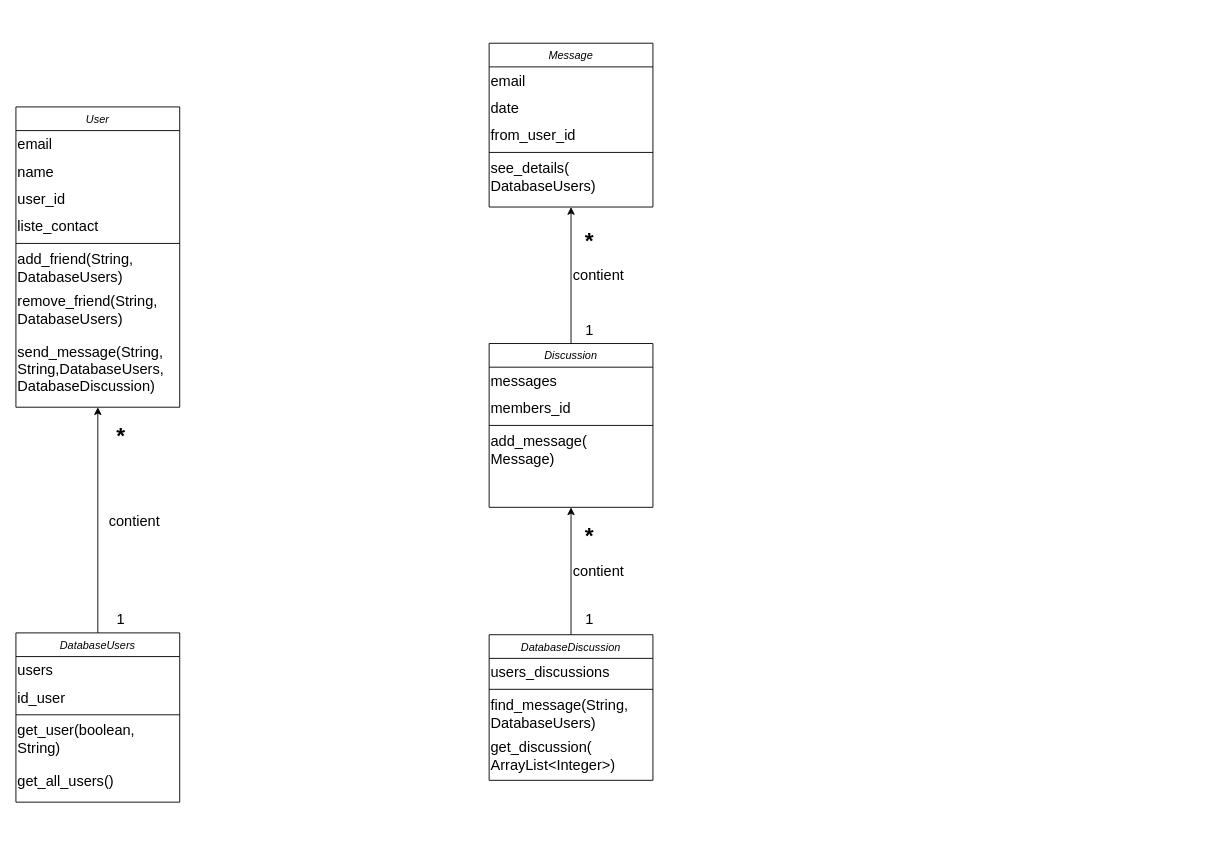
The draw.io diagram class_diagram.drawio in floflopi/Mission2, before the edit. Source tidied: cells renumbered, new cells numbered last; positions are measured from the earlier drawing's top-left corner, leaving out a move shared by most shapes. Both pictures are drawn from the tidied source at 91%, with x=0, y=0 at pixel (15, 43).
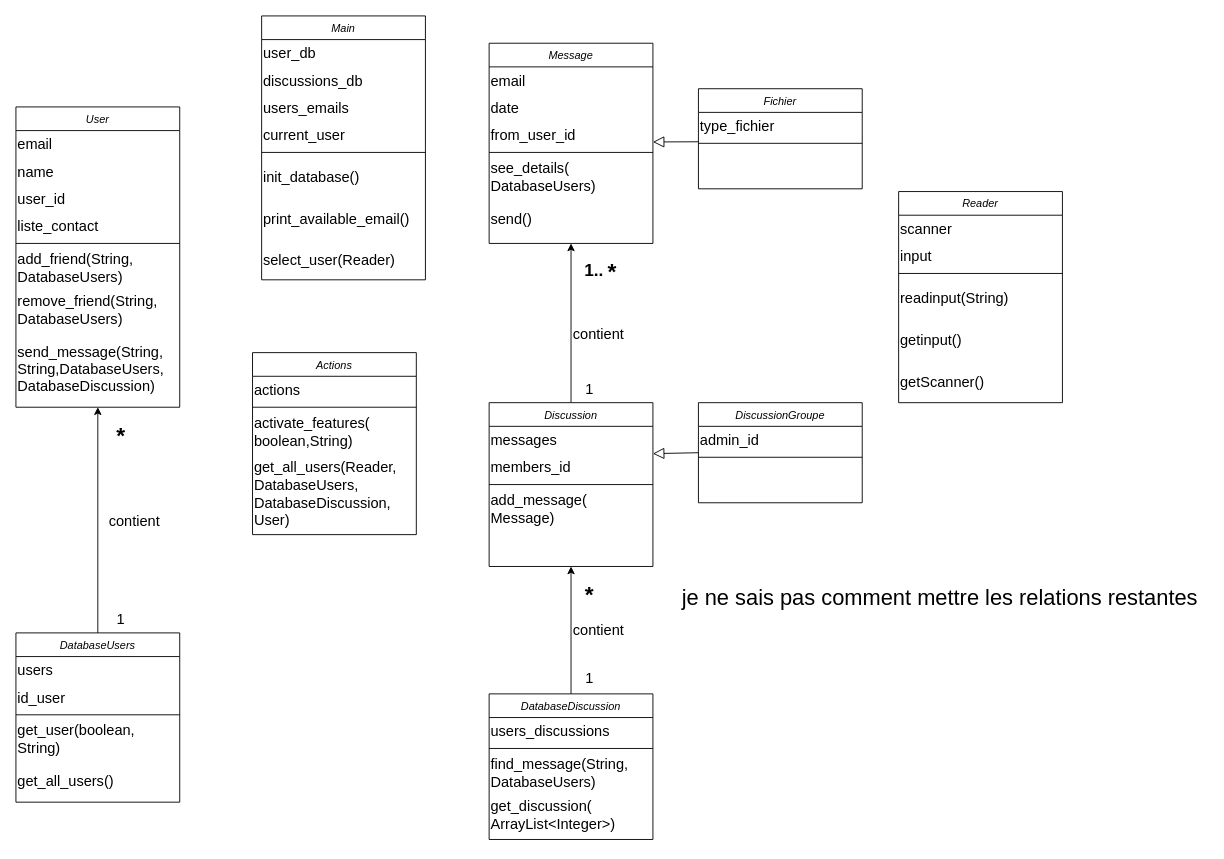
The same diagram, later.

Unchanged cells that the change refers to:
```xml
<mxCell id="14" value="&lt;font style=&quot;font-size: 16px;&quot;&gt;from_user_id&lt;/font&gt;" style="text;html=1;strokeColor=none;fillColor=none;align=left;verticalAlign=middle;whiteSpace=wrap;rounded=0;" parent="11" vertex="1">
  <mxGeometry y="86" width="180" height="30" as="geometry" />
</mxCell>
<mxCell id="20" value="&lt;div style=&quot;font-size: 13px;&quot;&gt;&lt;font style=&quot;font-size: 16px;&quot;&gt;members_id&lt;/font&gt;&lt;/div&gt;" style="text;html=1;strokeColor=none;fillColor=none;align=left;verticalAlign=middle;whiteSpace=wrap;rounded=0;" parent="18" vertex="1">
  <mxGeometry y="56" width="180" height="30" as="geometry" />
</mxCell>
```

Change to the diagram source:
```diff
@@
     <mxCell id="11" value="Message" style="swimlane;fontStyle=2;align=center;verticalAlign=top;horizontal=1;startSize=26;rounded=0;shadow=0;strokeWidth=1;" parent="1" vertex="1">
-      <mxGeometry x="520" width="180" height="180" as="geometry" />
+      <mxGeometry x="520" width="180" height="220" as="geometry" />
     </mxCell>
@@
+    <mxCell id="45" value="&lt;p style=&quot;line-height: 120%;&quot;&gt;&lt;/p&gt;&lt;div style=&quot;font-size: 16px;&quot; align=&quot;left&quot;&gt;&lt;font style=&quot;font-size: 16px;&quot;&gt;send()&lt;/font&gt;&lt;/div&gt;&lt;p&gt;&lt;/p&gt;" style="text;html=1;strokeColor=none;fillColor=none;align=left;verticalAlign=middle;whiteSpace=wrap;rounded=0;" parent="11" vertex="1">
+      <mxGeometry y="170" width="180" height="46" as="geometry" />
+    </mxCell>
@@
     <mxCell id="18" value="Discussion" style="swimlane;fontStyle=2;align=center;verticalAlign=top;horizontal=1;startSize=26;rounded=0;shadow=0;strokeWidth=1;" parent="1" vertex="1">
-      <mxGeometry x="520" y="330" width="180" height="180" as="geometry" />
+      <mxGeometry x="520" y="395" width="180" height="180" as="geometry" />
     </mxCell>
@@
     <mxCell id="23" value="&lt;font style=&quot;font-size: 16px;&quot;&gt;contient&lt;/font&gt;" style="text;html=1;align=center;verticalAlign=middle;strokeColor=none;fillColor=none;" parent="1" vertex="1">
-      <mxGeometry x="600" y="240" width="80" height="30" as="geometry" />
+      <mxGeometry x="600" y="305" width="80" height="30" as="geometry" />
     </mxCell>
     <mxCell id="24" value="&lt;font style=&quot;font-size: 16px;&quot;&gt;1&lt;/font&gt;" style="text;html=1;align=center;verticalAlign=middle;strokeColor=none;fillColor=none;" parent="1" vertex="1">
-      <mxGeometry x="615" y="300" width="30" height="30" as="geometry" />
+      <mxGeometry x="615" y="365" width="30" height="30" as="geometry" />
     </mxCell>
     <mxCell id="25" value="&lt;b&gt;&lt;font style=&quot;font-size: 25px;&quot;&gt;*&lt;/font&gt;&lt;/b&gt;" style="text;html=1;align=center;verticalAlign=middle;strokeColor=none;fillColor=none;" parent="1" vertex="1">
-      <mxGeometry x="615" y="195" width="30" height="40" as="geometry" />
+      <mxGeometry x="640" y="230" width="30" height="40" as="geometry" />
     </mxCell>
@@
     <mxCell id="27" value="DatabaseDiscussion" style="swimlane;fontStyle=2;align=center;verticalAlign=top;horizontal=1;startSize=26;rounded=0;shadow=0;strokeWidth=1;" parent="1" vertex="1">
-      <mxGeometry x="520" y="650" width="180" height="160" as="geometry" />
+      <mxGeometry x="520" y="715" width="180" height="160" as="geometry" />
     </mxCell>
@@
     <mxCell id="32" value="&lt;font style=&quot;font-size: 16px;&quot;&gt;contient&lt;/font&gt;" style="text;html=1;align=center;verticalAlign=middle;strokeColor=none;fillColor=none;" parent="1" vertex="1">
-      <mxGeometry x="600" y="565" width="80" height="30" as="geometry" />
+      <mxGeometry x="600" y="630" width="80" height="30" as="geometry" />
     </mxCell>
     <mxCell id="33" value="&lt;b&gt;&lt;font style=&quot;font-size: 25px;&quot;&gt;*&lt;/font&gt;&lt;/b&gt;" style="text;html=1;align=center;verticalAlign=middle;strokeColor=none;fillColor=none;" parent="1" vertex="1">
-      <mxGeometry x="615" y="520" width="30" height="40" as="geometry" />
+      <mxGeometry x="615" y="585" width="30" height="40" as="geometry" />
     </mxCell>
     <mxCell id="34" value="&lt;font style=&quot;font-size: 16px;&quot;&gt;1&lt;/font&gt;" style="text;html=1;align=center;verticalAlign=middle;strokeColor=none;fillColor=none;" parent="1" vertex="1">
-      <mxGeometry x="615" y="618" width="30" height="30" as="geometry" />
+      <mxGeometry x="615" y="683" width="30" height="30" as="geometry" />
     </mxCell>
@@
+    <mxCell id="46" value="Actions" style="swimlane;fontStyle=2;align=center;verticalAlign=top;horizontal=1;startSize=26;rounded=0;shadow=0;strokeWidth=1;" parent="1" vertex="1">
+      <mxGeometry x="260" y="340" width="180" height="200" as="geometry" />
+    </mxCell>
+    <mxCell id="47" value="&lt;font style=&quot;font-size: 16px;&quot;&gt;actions&lt;/font&gt;" style="text;html=1;strokeColor=none;fillColor=none;align=left;verticalAlign=middle;whiteSpace=wrap;rounded=0;" parent="46" vertex="1">
+      <mxGeometry y="26" width="180" height="30" as="geometry" />
+    </mxCell>
+    <mxCell id="48" style="line;html=1;strokeWidth=1;align=left;verticalAlign=middle;spacingTop=-1;spacingLeft=3;spacingRight=3;labelPosition=right;" parent="46" vertex="1">
+      <mxGeometry y="56" width="180" height="8" as="geometry" />
+    </mxCell>
+    <mxCell id="49" value="&lt;p style=&quot;line-height: 120%;&quot;&gt;&lt;/p&gt;&lt;div style=&quot;font-size: 16px;&quot; align=&quot;left&quot;&gt;&lt;font style=&quot;font-size: 16px;&quot;&gt;activate_features(&lt;/font&gt;&lt;/div&gt;&lt;div style=&quot;font-size: 16px;&quot; align=&quot;left&quot;&gt;&lt;font style=&quot;font-size: 16px;&quot;&gt;boolean,String)&lt;/font&gt;&lt;/div&gt;&lt;p&gt;&lt;/p&gt;" style="text;html=1;strokeColor=none;fillColor=none;align=left;verticalAlign=middle;whiteSpace=wrap;rounded=0;" parent="46" vertex="1">
+      <mxGeometry y="64" width="180" height="46" as="geometry" />
+    </mxCell>
+    <mxCell id="50" value="&lt;p style=&quot;line-height: 120%;&quot;&gt;&lt;/p&gt;&lt;div style=&quot;font-size: 16px;&quot; align=&quot;left&quot;&gt;&lt;font style=&quot;font-size: 16px;&quot;&gt;get_all_users(Reader,&lt;/font&gt;&lt;/div&gt;&lt;div style=&quot;font-size: 16px;&quot; align=&quot;left&quot;&gt;&lt;font style=&quot;font-size: 16px;&quot;&gt;DatabaseUsers,&lt;/font&gt;&lt;/div&gt;&lt;div style=&quot;font-size: 16px;&quot; align=&quot;left&quot;&gt;&lt;font style=&quot;font-size: 16px;&quot;&gt;DatabaseDiscussion,&lt;/font&gt;&lt;/div&gt;&lt;div style=&quot;font-size: 16px;&quot; align=&quot;left&quot;&gt;&lt;font style=&quot;font-size: 16px;&quot;&gt;User)&lt;/font&gt;&lt;/div&gt;&lt;p&gt;&lt;/p&gt;" style="text;html=1;strokeColor=none;fillColor=none;align=left;verticalAlign=middle;whiteSpace=wrap;rounded=0;" parent="46" vertex="1">
+      <mxGeometry y="110" width="180" height="90" as="geometry" />
+    </mxCell>
+    <mxCell id="51" value="Fichier" style="swimlane;fontStyle=2;align=center;verticalAlign=top;horizontal=1;startSize=26;rounded=0;shadow=0;strokeWidth=1;" parent="1" vertex="1">
+      <mxGeometry x="750" y="50" width="180" height="110" as="geometry" />
+    </mxCell>
+    <mxCell id="52" value="&lt;div style=&quot;font-size: 16px;&quot; align=&quot;left&quot;&gt;type_fichier&lt;br&gt;&lt;/div&gt;" style="text;html=1;strokeColor=none;fillColor=none;align=left;verticalAlign=middle;whiteSpace=wrap;rounded=0;" parent="51" vertex="1">
+      <mxGeometry y="26" width="180" height="30" as="geometry" />
+    </mxCell>
+    <mxCell id="53" style="line;html=1;strokeWidth=1;align=left;verticalAlign=middle;spacingTop=-1;spacingLeft=3;spacingRight=3;labelPosition=right;points=[];portConstraint=eastwest;" parent="51" vertex="1">
+      <mxGeometry y="56" width="180" height="8" as="geometry" />
+    </mxCell>
+    <mxCell id="54" style="rounded=0;jettySize=auto;html=1;endArrow=block;endFill=0;endSize=10;exitX=-0.002;exitY=0.286;exitDx=0;exitDy=0;exitPerimeter=0;entryX=1;entryY=0.75;entryDx=0;entryDy=0;" parent="1" edge="1" source="53" target="14">
+      <mxGeometry relative="1" as="geometry" />
+    </mxCell>
+    <mxCell id="55" value="DiscussionGroupe" style="swimlane;fontStyle=2;align=center;verticalAlign=top;horizontal=1;startSize=26;rounded=0;shadow=0;strokeWidth=1;" parent="1" vertex="1">
+      <mxGeometry x="750" y="395" width="180" height="110" as="geometry" />
+    </mxCell>
+    <mxCell id="56" value="&lt;div style=&quot;font-size: 16px;&quot; align=&quot;left&quot;&gt;admin_id&lt;br&gt;&lt;/div&gt;" style="text;html=1;strokeColor=none;fillColor=none;align=left;verticalAlign=middle;whiteSpace=wrap;rounded=0;" parent="55" vertex="1">
+      <mxGeometry y="26" width="180" height="30" as="geometry" />
+    </mxCell>
+    <mxCell id="57" style="line;html=1;strokeWidth=1;align=left;verticalAlign=middle;spacingTop=-1;spacingLeft=3;spacingRight=3;labelPosition=right;" parent="55" vertex="1">
+      <mxGeometry y="56" width="180" height="8" as="geometry" />
+    </mxCell>
+    <mxCell id="58" style="rounded=0;jettySize=auto;html=1;endArrow=block;endFill=0;endSize=10;exitX=0;exitY=0.5;exitDx=0;exitDy=0;entryX=1;entryY=0;entryDx=0;entryDy=0;" parent="1" edge="1" source="55" target="20">
+      <mxGeometry relative="1" as="geometry" />
+    </mxCell>
+    <mxCell id="59" value="Main" style="swimlane;fontStyle=2;align=center;verticalAlign=top;horizontal=1;startSize=26;rounded=0;shadow=0;strokeWidth=1;" parent="1" vertex="1">
+      <mxGeometry x="270" y="-30" width="180" height="290" as="geometry" />
+    </mxCell>
+    <mxCell id="60" value="&lt;div style=&quot;font-size: 16px;&quot; align=&quot;left&quot;&gt;user_db&lt;br&gt;&lt;/div&gt;" style="text;html=1;strokeColor=none;fillColor=none;align=left;verticalAlign=middle;whiteSpace=wrap;rounded=0;" parent="59" vertex="1">
+      <mxGeometry y="26" width="180" height="30" as="geometry" />
+    </mxCell>
+    <mxCell id="61" value="&lt;div style=&quot;font-size: 16px;&quot;&gt;&lt;font style=&quot;font-size: 16px;&quot;&gt;discussions_db&lt;/font&gt;&lt;/div&gt;" style="text;html=1;strokeColor=none;fillColor=none;align=left;verticalAlign=middle;whiteSpace=wrap;rounded=0;" parent="59" vertex="1">
+      <mxGeometry y="56" width="180" height="30" as="geometry" />
+    </mxCell>
+    <mxCell id="62" value="&lt;font style=&quot;font-size: 16px;&quot;&gt;users_emails&lt;/font&gt;" style="text;html=1;strokeColor=none;fillColor=none;align=left;verticalAlign=middle;whiteSpace=wrap;rounded=0;" parent="59" vertex="1">
+      <mxGeometry y="86" width="180" height="30" as="geometry" />
+    </mxCell>
+    <mxCell id="63" value="&lt;font style=&quot;font-size: 16px;&quot;&gt;current_user&lt;/font&gt;" style="text;html=1;strokeColor=none;fillColor=none;align=left;verticalAlign=middle;whiteSpace=wrap;rounded=0;" parent="59" vertex="1">
+      <mxGeometry y="116" width="180" height="30" as="geometry" />
+    </mxCell>
+    <mxCell id="64" style="line;html=1;strokeWidth=1;align=left;verticalAlign=middle;spacingTop=-1;spacingLeft=3;spacingRight=3;labelPosition=right;" parent="59" vertex="1">
+      <mxGeometry y="146" width="180" height="8" as="geometry" />
+    </mxCell>
+    <mxCell id="65" value="&lt;p style=&quot;line-height: 120%;&quot;&gt;&lt;/p&gt;&lt;div style=&quot;font-size: 16px;&quot; align=&quot;left&quot;&gt;&lt;font style=&quot;font-size: 16px;&quot;&gt;init_database()&lt;/font&gt;&lt;/div&gt;&lt;p&gt;&lt;/p&gt;" style="text;html=1;strokeColor=none;fillColor=none;align=left;verticalAlign=middle;whiteSpace=wrap;rounded=0;" parent="59" vertex="1">
+      <mxGeometry y="154" width="180" height="46" as="geometry" />
+    </mxCell>
+    <mxCell id="66" value="&lt;p style=&quot;line-height: 120%;&quot;&gt;&lt;/p&gt;&lt;div style=&quot;font-size: 16px;&quot; align=&quot;left&quot;&gt;&lt;font style=&quot;font-size: 16px;&quot;&gt;print_available_email()&lt;/font&gt;&lt;/div&gt;&lt;p&gt;&lt;/p&gt;" style="text;html=1;strokeColor=none;fillColor=none;align=left;verticalAlign=middle;whiteSpace=wrap;rounded=0;" parent="59" vertex="1">
+      <mxGeometry y="200" width="180" height="46" as="geometry" />
+    </mxCell>
+    <mxCell id="67" value="&lt;p style=&quot;line-height: 120%;&quot;&gt;&lt;/p&gt;&lt;div style=&quot;font-size: 16px;&quot; align=&quot;left&quot;&gt;&lt;font style=&quot;font-size: 16px;&quot;&gt;select_user(Reader)&lt;/font&gt;&lt;/div&gt;&lt;p&gt;&lt;/p&gt;" style="text;html=1;strokeColor=none;fillColor=none;align=left;verticalAlign=middle;whiteSpace=wrap;rounded=0;" parent="59" vertex="1">
+      <mxGeometry y="246" width="180" height="44" as="geometry" />
+    </mxCell>
+    <mxCell id="68" value="&lt;font size=&quot;1&quot;&gt;&lt;b style=&quot;font-size: 19px;&quot;&gt;1..&lt;/b&gt;&lt;/font&gt;" style="text;html=1;align=center;verticalAlign=middle;strokeColor=none;fillColor=none;" parent="1" vertex="1">
+      <mxGeometry x="615" y="230" width="40" height="40" as="geometry" />
+    </mxCell>
+    <mxCell id="69" value="Reader" style="swimlane;fontStyle=2;align=center;verticalAlign=top;horizontal=1;startSize=26;rounded=0;shadow=0;strokeWidth=1;" parent="1" vertex="1">
+      <mxGeometry x="970" y="163" width="180" height="232" as="geometry" />
+    </mxCell>
+    <mxCell id="70" value="&lt;font style=&quot;font-size: 16px;&quot;&gt;scanner&lt;/font&gt;" style="text;html=1;strokeColor=none;fillColor=none;align=left;verticalAlign=middle;whiteSpace=wrap;rounded=0;" parent="69" vertex="1">
+      <mxGeometry y="26" width="180" height="30" as="geometry" />
+    </mxCell>
+    <mxCell id="71" value="&lt;font style=&quot;font-size: 16px;&quot;&gt;input&lt;/font&gt;" style="text;html=1;strokeColor=none;fillColor=none;align=left;verticalAlign=middle;whiteSpace=wrap;rounded=0;" parent="69" vertex="1">
+      <mxGeometry y="56" width="180" height="30" as="geometry" />
+    </mxCell>
+    <mxCell id="72" style="line;html=1;strokeWidth=1;align=left;verticalAlign=middle;spacingTop=-1;spacingLeft=3;spacingRight=3;labelPosition=right;" parent="69" vertex="1">
+      <mxGeometry y="86" width="180" height="8" as="geometry" />
+    </mxCell>
+    <mxCell id="73" value="&lt;p style=&quot;line-height: 120%;&quot;&gt;&lt;/p&gt;&lt;div style=&quot;font-size: 16px;&quot; align=&quot;left&quot;&gt;&lt;font style=&quot;font-size: 16px;&quot;&gt;readinput(String)&lt;/font&gt;&lt;/div&gt;&lt;p&gt;&lt;/p&gt;" style="text;html=1;strokeColor=none;fillColor=none;align=left;verticalAlign=middle;whiteSpace=wrap;rounded=0;" parent="69" vertex="1">
+      <mxGeometry y="94" width="180" height="46" as="geometry" />
+    </mxCell>
+    <mxCell id="74" value="&lt;p style=&quot;line-height: 120%;&quot;&gt;&lt;/p&gt;&lt;div style=&quot;font-size: 16px;&quot; align=&quot;left&quot;&gt;&lt;font style=&quot;font-size: 16px;&quot;&gt;getinput()&lt;/font&gt;&lt;/div&gt;&lt;p&gt;&lt;/p&gt;" style="text;html=1;strokeColor=none;fillColor=none;align=left;verticalAlign=middle;whiteSpace=wrap;rounded=0;" parent="69" vertex="1">
+      <mxGeometry y="140" width="180" height="46" as="geometry" />
+    </mxCell>
+    <mxCell id="75" value="&lt;p style=&quot;line-height: 120%;&quot;&gt;&lt;/p&gt;&lt;div style=&quot;font-size: 16px;&quot; align=&quot;left&quot;&gt;&lt;font style=&quot;font-size: 16px;&quot;&gt;getScanner()&lt;/font&gt;&lt;/div&gt;&lt;p&gt;&lt;/p&gt;" style="text;html=1;strokeColor=none;fillColor=none;align=left;verticalAlign=middle;whiteSpace=wrap;rounded=0;" parent="69" vertex="1">
+      <mxGeometry y="186" width="180" height="46" as="geometry" />
+    </mxCell>
+    <mxCell id="76" value="&lt;font style=&quot;font-size: 24px;&quot;&gt;je ne sais pas comment mettre les relations restantes &lt;/font&gt;" style="text;html=1;align=center;verticalAlign=middle;strokeColor=none;fillColor=none;" parent="1" vertex="1">
+      <mxGeometry x="720" y="590" width="590" height="40" as="geometry" />
+    </mxCell>
```
